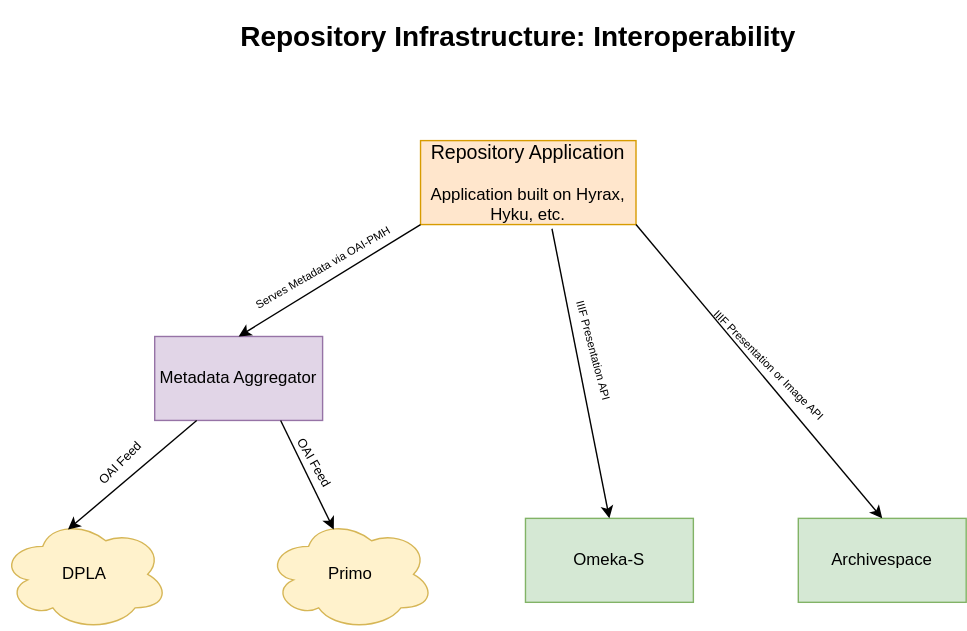
Before: docs/source/images/interoperability_overview.svg, a diagram exported from draw.io (markpbaggett/marks_ir_proposal). Source tidied: cells renumbered, new cells last; positions are measured from the earlier drawing's top-left corner, leaving out a move shared by most shapes. Its diagram source:
```xml
<mxGraphModel>
  <root>
    <mxCell id="0" />
    <mxCell id="1" parent="0" />
    <mxCell id="2" value="&lt;div&gt;&lt;font style=&quot;font-size: 14px&quot;&gt;Repository Application&lt;/font&gt;&lt;br&gt;&lt;/div&gt;&lt;div&gt;&lt;br&gt;&lt;/div&gt;&lt;div&gt;Application built on Hyrax, Hyku, etc.&lt;/div&gt;" style="rounded=0;whiteSpace=wrap;html=1;fillColor=#ffe6cc;strokeColor=#d79b00;" parent="1" vertex="1">
      <mxGeometry x="300" y="100" width="154" height="60" as="geometry" />
    </mxCell>
    <mxCell id="3" value="&lt;font style=&quot;font-size: 20px&quot;&gt;&lt;b&gt;Repository Infrastructure: Interoperability&lt;br&gt;&lt;/b&gt;&lt;/font&gt;" style="text;html=1;strokeColor=none;fillColor=none;align=center;verticalAlign=middle;whiteSpace=wrap;rounded=0;" parent="1" vertex="1">
      <mxGeometry x="150" width="440" height="50" as="geometry" />
    </mxCell>
    <mxCell id="4" value="Metadata Aggregator" style="rounded=0;whiteSpace=wrap;html=1;fillColor=#e1d5e7;strokeColor=#9673a6;" parent="1" vertex="1">
      <mxGeometry x="110" y="240" width="120" height="60" as="geometry" />
    </mxCell>
    <mxCell id="5" value="DPLA" style="ellipse;shape=cloud;whiteSpace=wrap;html=1;fillColor=#fff2cc;strokeColor=#d6b656;" parent="1" vertex="1">
      <mxGeometry y="370" width="120" height="80" as="geometry" />
    </mxCell>
    <mxCell id="6" value="Primo" style="ellipse;shape=cloud;whiteSpace=wrap;html=1;fillColor=#fff2cc;strokeColor=#d6b656;" parent="1" vertex="1">
      <mxGeometry x="190" y="370" width="120" height="80" as="geometry" />
    </mxCell>
    <mxCell id="7" value="Omeka-S" style="rounded=0;whiteSpace=wrap;html=1;fillColor=#d5e8d4;strokeColor=#82b366;" parent="1" vertex="1">
      <mxGeometry x="375" y="370" width="120" height="60" as="geometry" />
    </mxCell>
    <mxCell id="8" value="Archivespace" style="rounded=0;whiteSpace=wrap;html=1;fillColor=#d5e8d4;strokeColor=#82b366;" parent="1" vertex="1">
      <mxGeometry x="570" y="370" width="120" height="60" as="geometry" />
    </mxCell>
    <mxCell id="9" style="endArrow=classic;html=1;exitX=0;exitY=1;exitDx=0;exitDy=0;entryX=0.5;entryY=0;entryDx=0;entryDy=0;" parent="1" edge="1" source="2" target="4">
      <mxGeometry relative="1" as="geometry" />
    </mxCell>
    <mxCell id="10" value="&lt;font style=&quot;font-size: 8px&quot;&gt;Serves Metadata via OAI-PMH&lt;/font&gt;" style="text;html=1;strokeColor=none;fillColor=none;align=center;verticalAlign=middle;whiteSpace=wrap;rounded=0;rotation=-30;" parent="1" vertex="1">
      <mxGeometry x="140" y="180" width="180" height="20" as="geometry" />
    </mxCell>
    <mxCell id="11" style="endArrow=classic;html=1;exitX=0.75;exitY=1;exitDx=0;exitDy=0;entryX=0.4;entryY=0.1;entryDx=0;entryDy=0;entryPerimeter=0;" parent="1" edge="1" source="4" target="6">
      <mxGeometry relative="1" as="geometry" />
    </mxCell>
    <mxCell id="12" style="endArrow=classic;html=1;exitX=0.25;exitY=1;exitDx=0;exitDy=0;entryX=0.4;entryY=0.1;entryDx=0;entryDy=0;entryPerimeter=0;" parent="1" edge="1" source="4" target="5">
      <mxGeometry relative="1" as="geometry" />
    </mxCell>
    <mxCell id="13" value="&lt;font style=&quot;font-size: 9px&quot;&gt;OAI Feed&lt;/font&gt;" style="text;html=1;strokeColor=none;fillColor=none;align=center;verticalAlign=middle;whiteSpace=wrap;rounded=0;rotation=-45;" parent="1" vertex="1">
      <mxGeometry x="50" y="320" width="70" height="20" as="geometry" />
    </mxCell>
    <mxCell id="14" value="&lt;font style=&quot;font-size: 9px&quot;&gt;OAI Feed&lt;/font&gt;" style="text;html=1;strokeColor=none;fillColor=none;align=center;verticalAlign=middle;whiteSpace=wrap;rounded=0;rotation=60;" parent="1" vertex="1">
      <mxGeometry x="190" y="320" width="70" height="20" as="geometry" />
    </mxCell>
    <mxCell id="15" style="endArrow=classic;html=1;exitX=0.61;exitY=1.05;exitDx=0;exitDy=0;exitPerimeter=0;entryX=0.5;entryY=0;entryDx=0;entryDy=0;" parent="1" edge="1" source="2" target="7">
      <mxGeometry relative="1" as="geometry" />
    </mxCell>
    <mxCell id="16" style="endArrow=classic;html=1;exitX=1;exitY=1;exitDx=0;exitDy=0;entryX=0.5;entryY=0;entryDx=0;entryDy=0;" parent="1" edge="1" source="2" target="8">
      <mxGeometry relative="1" as="geometry" />
    </mxCell>
    <mxCell id="17" value="&lt;font style=&quot;font-size: 8px&quot;&gt;IIIF Presentation API&lt;/font&gt;" style="text;html=1;strokeColor=none;fillColor=none;align=center;verticalAlign=middle;whiteSpace=wrap;rounded=0;rotation=75;" parent="1" vertex="1">
      <mxGeometry x="355" y="240" width="140" height="20" as="geometry" />
    </mxCell>
    <mxCell id="18" value="&lt;font style=&quot;font-size: 8px&quot;&gt;IIIF Presentation or Image API&lt;/font&gt;" style="text;html=1;strokeColor=none;fillColor=none;align=center;verticalAlign=middle;whiteSpace=wrap;rounded=0;rotation=45;" parent="1" vertex="1">
      <mxGeometry x="480" y="250" width="140" height="20" as="geometry" />
    </mxCell>
  </root>
</mxGraphModel>
```
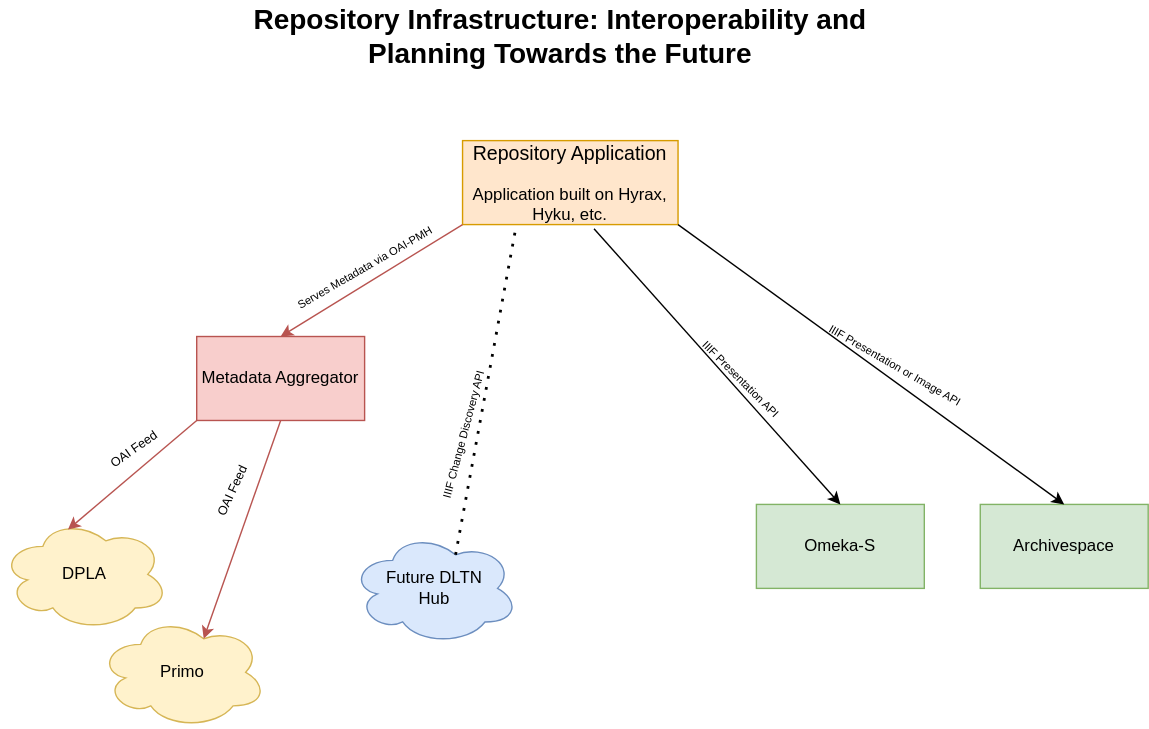
The same file after the commit.

Commit message:
Display Change Discovery API.

What changed in the source:
```diff
@@ -5,41 +5,41 @@
     <mxCell id="2" value="&lt;div&gt;&lt;font style=&quot;font-size: 14px&quot;&gt;Repository Application&lt;/font&gt;&lt;br&gt;&lt;/div&gt;&lt;div&gt;&lt;br&gt;&lt;/div&gt;&lt;div&gt;Application built on Hyrax, Hyku, etc.&lt;/div&gt;" style="rounded=0;whiteSpace=wrap;html=1;fillColor=#ffe6cc;strokeColor=#d79b00;" parent="1" vertex="1">
       <mxGeometry x="300" y="100" width="154" height="60" as="geometry" />
     </mxCell>
-    <mxCell id="3" value="&lt;font style=&quot;font-size: 20px&quot;&gt;&lt;b&gt;Repository Infrastructure: Interoperability&lt;br&gt;&lt;/b&gt;&lt;/font&gt;" style="text;html=1;strokeColor=none;fillColor=none;align=center;verticalAlign=middle;whiteSpace=wrap;rounded=0;" parent="1" vertex="1">
+    <mxCell id="3" value="&lt;font style=&quot;font-size: 20px&quot;&gt;&lt;b&gt;Repository Infrastructure: Interoperability and Planning Towards the Future&lt;/b&gt;&lt;/font&gt;" style="text;html=1;strokeColor=none;fillColor=none;align=center;verticalAlign=middle;whiteSpace=wrap;rounded=0;" parent="1" vertex="1">
       <mxGeometry x="150" width="440" height="50" as="geometry" />
     </mxCell>
-    <mxCell id="4" value="Metadata Aggregator" style="rounded=0;whiteSpace=wrap;html=1;fillColor=#e1d5e7;strokeColor=#9673a6;" parent="1" vertex="1">
+    <mxCell id="4" value="Metadata Aggregator" style="rounded=0;whiteSpace=wrap;html=1;fillColor=#f8cecc;strokeColor=#b85450;" parent="1" vertex="1">
       <mxGeometry x="110" y="240" width="120" height="60" as="geometry" />
     </mxCell>
     <mxCell id="5" value="DPLA" style="ellipse;shape=cloud;whiteSpace=wrap;html=1;fillColor=#fff2cc;strokeColor=#d6b656;" parent="1" vertex="1">
-      <mxGeometry y="370" width="120" height="80" as="geometry" />
+      <mxGeometry x="-30" y="370" width="120" height="80" as="geometry" />
     </mxCell>
     <mxCell id="6" value="Primo" style="ellipse;shape=cloud;whiteSpace=wrap;html=1;fillColor=#fff2cc;strokeColor=#d6b656;" parent="1" vertex="1">
-      <mxGeometry x="190" y="370" width="120" height="80" as="geometry" />
+      <mxGeometry x="40" y="440" width="120" height="80" as="geometry" />
     </mxCell>
     <mxCell id="7" value="Omeka-S" style="rounded=0;whiteSpace=wrap;html=1;fillColor=#d5e8d4;strokeColor=#82b366;" parent="1" vertex="1">
-      <mxGeometry x="375" y="370" width="120" height="60" as="geometry" />
+      <mxGeometry x="510" y="360" width="120" height="60" as="geometry" />
     </mxCell>
     <mxCell id="8" value="Archivespace" style="rounded=0;whiteSpace=wrap;html=1;fillColor=#d5e8d4;strokeColor=#82b366;" parent="1" vertex="1">
-      <mxGeometry x="570" y="370" width="120" height="60" as="geometry" />
+      <mxGeometry x="670" y="360" width="120" height="60" as="geometry" />
     </mxCell>
-    <mxCell id="9" style="endArrow=classic;html=1;exitX=0;exitY=1;exitDx=0;exitDy=0;entryX=0.5;entryY=0;entryDx=0;entryDy=0;" parent="1" edge="1" source="2" target="4">
+    <mxCell id="9" style="endArrow=classic;html=1;exitX=0;exitY=1;exitDx=0;exitDy=0;entryX=0.5;entryY=0;entryDx=0;entryDy=0;fillColor=#f8cecc;strokeColor=#b85450;" parent="1" edge="1" source="2" target="4">
       <mxGeometry relative="1" as="geometry" />
     </mxCell>
     <mxCell id="10" value="&lt;font style=&quot;font-size: 8px&quot;&gt;Serves Metadata via OAI-PMH&lt;/font&gt;" style="text;html=1;strokeColor=none;fillColor=none;align=center;verticalAlign=middle;whiteSpace=wrap;rounded=0;rotation=-30;" parent="1" vertex="1">
       <mxGeometry x="140" y="180" width="180" height="20" as="geometry" />
     </mxCell>
-    <mxCell id="11" style="endArrow=classic;html=1;exitX=0.75;exitY=1;exitDx=0;exitDy=0;entryX=0.4;entryY=0.1;entryDx=0;entryDy=0;entryPerimeter=0;" parent="1" edge="1" source="4" target="6">
+    <mxCell id="11" style="endArrow=classic;html=1;exitX=0.5;exitY=1;exitDx=0;exitDy=0;entryX=0.625;entryY=0.2;entryDx=0;entryDy=0;entryPerimeter=0;fillColor=#f8cecc;strokeColor=#b85450;" parent="1" edge="1" source="4" target="6">
       <mxGeometry relative="1" as="geometry" />
     </mxCell>
-    <mxCell id="12" style="endArrow=classic;html=1;exitX=0.25;exitY=1;exitDx=0;exitDy=0;entryX=0.4;entryY=0.1;entryDx=0;entryDy=0;entryPerimeter=0;" parent="1" edge="1" source="4" target="5">
+    <mxCell id="12" style="endArrow=classic;html=1;exitX=0;exitY=1;exitDx=0;exitDy=0;entryX=0.4;entryY=0.1;entryDx=0;entryDy=0;entryPerimeter=0;fillColor=#f8cecc;strokeColor=#b85450;" parent="1" edge="1" source="4" target="5">
       <mxGeometry relative="1" as="geometry" />
     </mxCell>
-    <mxCell id="13" value="&lt;font style=&quot;font-size: 9px&quot;&gt;OAI Feed&lt;/font&gt;" style="text;html=1;strokeColor=none;fillColor=none;align=center;verticalAlign=middle;whiteSpace=wrap;rounded=0;rotation=-45;" parent="1" vertex="1">
-      <mxGeometry x="50" y="320" width="70" height="20" as="geometry" />
+    <mxCell id="13" value="&lt;font style=&quot;font-size: 9px&quot;&gt;OAI Feed&lt;/font&gt;" style="text;html=1;strokeColor=none;fillColor=none;align=center;verticalAlign=middle;whiteSpace=wrap;rounded=0;rotation=-35;" parent="1" vertex="1">
+      <mxGeometry x="30" y="310" width="70" height="20" as="geometry" />
     </mxCell>
-    <mxCell id="14" value="&lt;font style=&quot;font-size: 9px&quot;&gt;OAI Feed&lt;/font&gt;" style="text;html=1;strokeColor=none;fillColor=none;align=center;verticalAlign=middle;whiteSpace=wrap;rounded=0;rotation=60;" parent="1" vertex="1">
-      <mxGeometry x="190" y="320" width="70" height="20" as="geometry" />
+    <mxCell id="14" value="&lt;font style=&quot;font-size: 9px&quot;&gt;OAI Feed&lt;/font&gt;" style="text;html=1;strokeColor=none;fillColor=none;align=center;verticalAlign=middle;whiteSpace=wrap;rounded=0;rotation=-65;" parent="1" vertex="1">
+      <mxGeometry x="100" y="340" width="70" height="20" as="geometry" />
     </mxCell>
     <mxCell id="15" style="endArrow=classic;html=1;exitX=0.61;exitY=1.05;exitDx=0;exitDy=0;exitPerimeter=0;entryX=0.5;entryY=0;entryDx=0;entryDy=0;" parent="1" edge="1" source="2" target="7">
       <mxGeometry relative="1" as="geometry" />
@@ -47,11 +47,20 @@
     <mxCell id="16" style="endArrow=classic;html=1;exitX=1;exitY=1;exitDx=0;exitDy=0;entryX=0.5;entryY=0;entryDx=0;entryDy=0;" parent="1" edge="1" source="2" target="8">
       <mxGeometry relative="1" as="geometry" />
     </mxCell>
-    <mxCell id="17" value="&lt;font style=&quot;font-size: 8px&quot;&gt;IIIF Presentation API&lt;/font&gt;" style="text;html=1;strokeColor=none;fillColor=none;align=center;verticalAlign=middle;whiteSpace=wrap;rounded=0;rotation=75;" parent="1" vertex="1">
-      <mxGeometry x="355" y="240" width="140" height="20" as="geometry" />
+    <mxCell id="17" value="&lt;font style=&quot;font-size: 8px&quot;&gt;IIIF Presentation API&lt;/font&gt;" style="text;html=1;strokeColor=none;fillColor=none;align=center;verticalAlign=middle;whiteSpace=wrap;rounded=0;rotation=45;" parent="1" vertex="1">
+      <mxGeometry x="430" y="260" width="140" height="20" as="geometry" />
     </mxCell>
-    <mxCell id="18" value="&lt;font style=&quot;font-size: 8px&quot;&gt;IIIF Presentation or Image API&lt;/font&gt;" style="text;html=1;strokeColor=none;fillColor=none;align=center;verticalAlign=middle;whiteSpace=wrap;rounded=0;rotation=45;" parent="1" vertex="1">
-      <mxGeometry x="480" y="250" width="140" height="20" as="geometry" />
+    <mxCell id="18" value="&lt;font style=&quot;font-size: 8px&quot;&gt;IIIF Presentation or Image API&lt;/font&gt;" style="text;html=1;strokeColor=none;fillColor=none;align=center;verticalAlign=middle;whiteSpace=wrap;rounded=0;rotation=30;" parent="1" vertex="1">
+      <mxGeometry x="540" y="250" width="140" height="20" as="geometry" />
     </mxCell>
+    <mxCell id="19" value="&lt;div&gt;Future DLTN&lt;/div&gt;&lt;div&gt;Hub&lt;br&gt;&lt;/div&gt;" style="ellipse;shape=cloud;whiteSpace=wrap;html=1;fillColor=#dae8fc;strokeColor=#6c8ebf;" parent="1" vertex="1">
+      <mxGeometry x="220" y="380" width="120" height="80" as="geometry" />
+    </mxCell>
+    <mxCell id="20" style="endArrow=none;dashed=1;html=1;dashPattern=1 3;strokeWidth=2;entryX=0.25;entryY=1;entryDx=0;entryDy=0;exitX=0.625;exitY=0.2;exitDx=0;exitDy=0;exitPerimeter=0;" parent="1" edge="1" source="19" target="2">
+      <mxGeometry relative="1" as="geometry" />
+    </mxCell>
+    <mxCell id="21" value="&lt;div&gt;&lt;font style=&quot;font-size: 8px&quot;&gt;IIIF Change Discovery API&lt;/font&gt;&lt;/div&gt;" style="text;html=1;strokeColor=none;fillColor=none;align=center;verticalAlign=middle;whiteSpace=wrap;rounded=0;rotation=-75;" parent="1" vertex="1">
+      <mxGeometry x="230" y="300" width="140" height="20" as="geometry" />
+    </mxCell>
   </root>
 </mxGraphModel>
```
